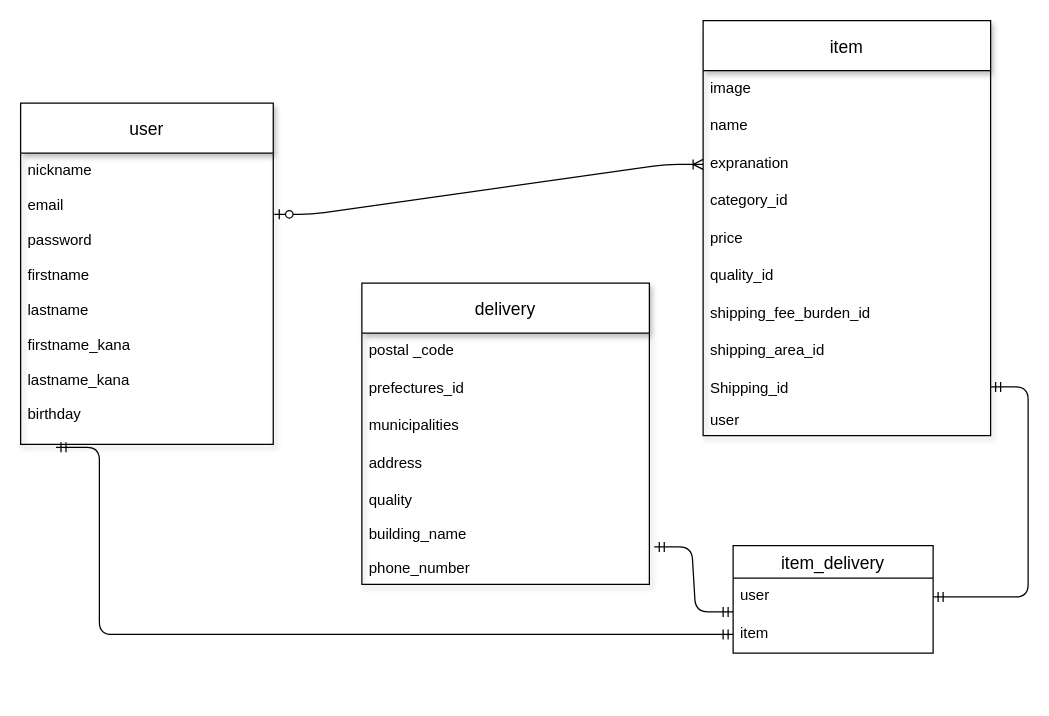
Before: page "ページ1" (1 of 2) of hurimaEr.dio in banana38ruy/furima-32992, a draw.io diagram. Source tidied: cells renumbered, new cells numbered last; positions are measured from the earlier drawing's top-left corner, leaving out a move shared by most shapes. Both pictures are drawn from the tidied source at 125%, with x=0, y=0 at pixel (20, 20).
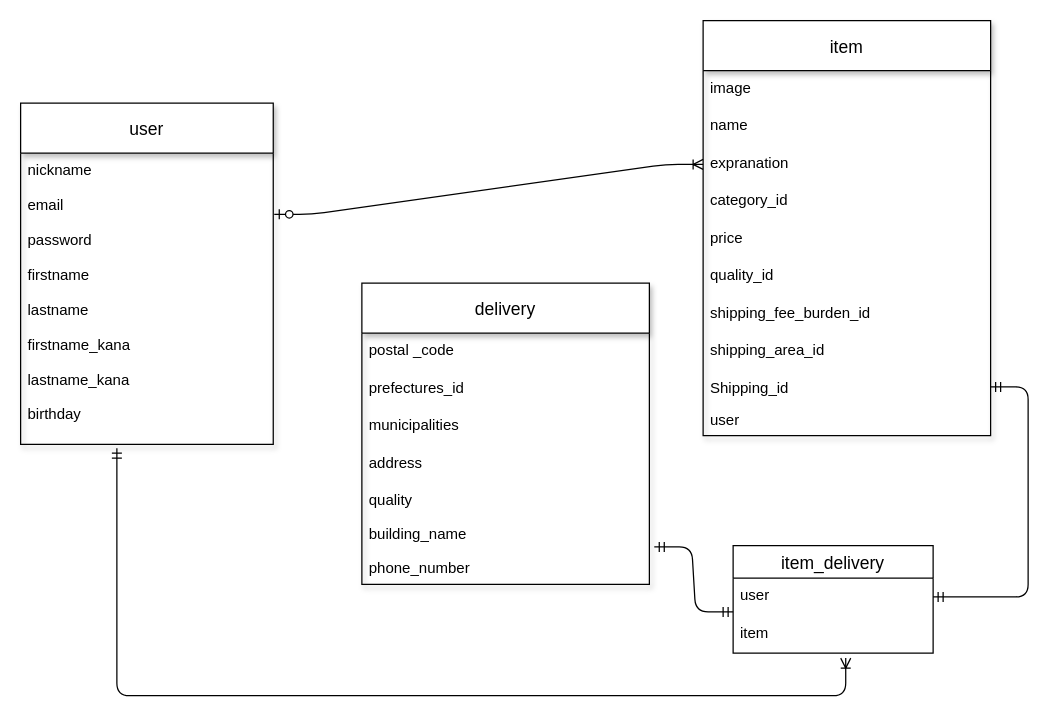
After the change.

Commit message (it also covers changes not shown here):
複数形への修正

The change refers to these unchanged cells:
```xml
<mxCell id="24" value="item" style="text;strokeColor=none;fillColor=none;spacingLeft=4;spacingRight=4;overflow=hidden;points=[[0,0.5],[1,0.5]];portConstraint=eastwest;fontSize=12;" parent="22" vertex="1">
  <mxGeometry y="56" width="160" height="30" as="geometry" />
</mxCell>
<mxCell id="33" value="birthday" style="text;strokeColor=none;fillColor=none;spacingLeft=4;spacingRight=4;overflow=hidden;points=[[0,0.5],[1,0.5]];portConstraint=eastwest;fontSize=12;" parent="25" vertex="1">
  <mxGeometry y="235.6" width="202.1" height="37.3" as="geometry" />
</mxCell>
```

What changed in the source:
```diff
@@
-    <mxCell id="36" style="edgeStyle=elbowEdgeStyle;fontSize=12;html=1;endArrow=ERmandOne;startArrow=ERmandOne;entryX=0;entryY=0.5;entryDx=0;entryDy=0;exitX=0.14;exitY=1.065;exitDx=0;exitDy=0;exitPerimeter=0;" parent="1" edge="1" source="33" target="24">
+    <mxCell id="36" style="edgeStyle=elbowEdgeStyle;fontSize=12;html=1;endArrow=ERoneToMany;startArrow=ERmandOne;exitX=0.381;exitY=1.083;exitDx=0;exitDy=0;exitPerimeter=0;entryX=0.563;entryY=1.133;entryDx=0;entryDy=0;entryPerimeter=0;" parent="1" edge="1" source="33" target="24">
       <mxGeometry relative="1" as="geometry">
         <Array as="points">
-          <mxPoint x="63" y="360" />
+          <mxPoint x="570" y="540" />
+          <mxPoint x="210" y="546" />
         </Array>
       </mxGeometry>
     </mxCell>
```
